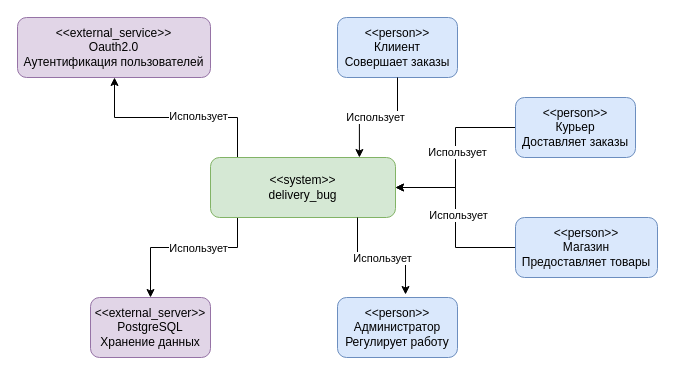
Earlier version of the draw.io diagram page "Контекстная диаграмма" (1 of 2) of blob/project_diagram.drawio (dissatisfied-nerd/delivery-bug). Source tidied: cells renumbered, new cells numbered last; positions are measured from the earlier drawing's top-left corner, leaving out a move shared by most shapes. Both pictures are drawn from the tidied source at 100%, with x=0, y=0 at pixel (17, 17).
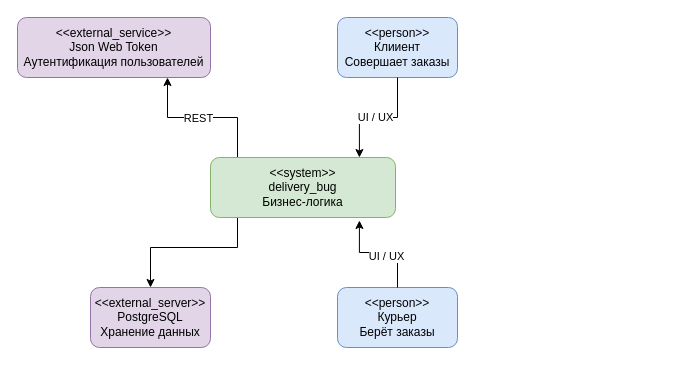
The same diagram, later.

The change refers to these unchanged cells:
```xml
<mxCell id="4" style="edgeStyle=orthogonalEdgeStyle;rounded=0;jettySize=auto;html=1;entryX=0.5;entryY=0;entryDx=0;entryDy=0;" parent="1" edge="1" source="6" target="11">
  <mxGeometry relative="1" as="geometry">
    <Array as="points">
      <mxPoint x="220" y="230" />
      <mxPoint x="133" y="230" />
    </Array>
  </mxGeometry>
</mxCell>
<mxCell id="8" style="edgeStyle=orthogonalEdgeStyle;rounded=0;jettySize=auto;html=1;entryX=0.805;entryY=0;entryDx=0;entryDy=0;entryPerimeter=0;" parent="1" edge="1" source="7" target="6">
  <mxGeometry relative="1" as="geometry" />
</mxCell>
```

Change to the diagram source:
```diff
@@
     <mxCell id="2" style="edgeStyle=orthogonalEdgeStyle;rounded=0;jettySize=auto;html=1;" parent="1" edge="1" source="6" target="10">
       <mxGeometry relative="1" as="geometry">
         <Array as="points">
           <mxPoint x="220" y="100" />
-          <mxPoint x="97" y="100" />
+          <mxPoint x="150" y="100" />
         </Array>
       </mxGeometry>
     </mxCell>
-    <mxCell id="3" value="Использует" style="edgeLabel;html=1;align=center;verticalAlign=middle;" parent="2" vertex="1">
-      <mxGeometry x="-0.15" y="-2" relative="1" as="geometry">
-        <mxPoint x="6" as="offset" />
-      </mxGeometry>
-    </mxCell>
+    <mxCell id="21" value="REST" style="edgeLabel;html=1;align=center;verticalAlign=middle;" parent="2" vertex="1">
+      <mxGeometry x="0.11" y="3" relative="1" as="geometry">
+        <mxPoint x="3" y="-3" as="offset" />
+      </mxGeometry>
+    </mxCell>
@@
-    <mxCell id="5" value="Использует" style="edgeLabel;html=1;align=center;verticalAlign=middle;" parent="4" vertex="1">
-      <mxGeometry x="0.03" relative="1" as="geometry">
-        <mxPoint x="16" as="offset" />
-      </mxGeometry>
-    </mxCell>
-    <mxCell id="6" value="&amp;lt;&amp;lt;system&amp;gt;&amp;gt;&lt;br&gt;delivery_bug" style="rounded=1;whiteSpace=wrap;html=1;fillColor=#d5e8d4;strokeColor=#82b366;" parent="1" vertex="1">
+    <mxCell id="6" value="&amp;lt;&amp;lt;system&amp;gt;&amp;gt;&lt;br&gt;delivery_bug&lt;br&gt;Бизнес-логика" style="rounded=1;whiteSpace=wrap;html=1;fillColor=#d5e8d4;strokeColor=#82b366;" parent="1" vertex="1">
       <mxGeometry x="193" y="140" width="185" height="60" as="geometry" />
     </mxCell>
@@
-    <mxCell id="9" value="Использует" style="edgeLabel;html=1;align=center;verticalAlign=middle;" parent="8" vertex="1">
+    <mxCell id="9" value="UI / UX" style="edgeLabel;html=1;align=center;verticalAlign=middle;" parent="8" vertex="1">
       <mxGeometry x="-0.14" y="-1" relative="1" as="geometry">
         <mxPoint x="-12" as="offset" />
       </mxGeometry>
     </mxCell>
-    <mxCell id="10" value="&amp;lt;&amp;lt;external_service&amp;gt;&amp;gt;&lt;br&gt;&lt;div&gt;Oauth2.0&lt;/div&gt;&lt;div&gt;Аутентификация пользователей&lt;br&gt;&lt;/div&gt;" style="rounded=1;whiteSpace=wrap;html=1;fillColor=#e1d5e7;strokeColor=#9673a6;" parent="1" vertex="1">
+    <mxCell id="10" value="&amp;lt;&amp;lt;external_service&amp;gt;&amp;gt;&lt;br&gt;&lt;div&gt;Json Web Token&lt;br&gt;&lt;/div&gt;&lt;div&gt;Аутентификация пользователей&lt;br&gt;&lt;/div&gt;" style="rounded=1;whiteSpace=wrap;html=1;fillColor=#e1d5e7;strokeColor=#9673a6;" parent="1" vertex="1">
       <mxGeometry width="193" height="60" as="geometry" />
     </mxCell>
     <mxCell id="11" value="&amp;lt;&amp;lt;external_server&amp;gt;&amp;gt;&lt;br&gt;PostgreSQL&lt;br&gt;Хранение данных" style="rounded=1;whiteSpace=wrap;html=1;fillColor=#e1d5e7;strokeColor=#9673a6;" parent="1" vertex="1">
-      <mxGeometry x="73" y="280" width="120" height="60" as="geometry" />
+      <mxGeometry x="73" y="270" width="120" height="60" as="geometry" />
     </mxCell>
+    <mxCell id="14" value="&amp;lt;&amp;lt;person&amp;gt;&amp;gt;&lt;br&gt;Курьер&lt;br&gt;Берёт заказы" style="rounded=1;whiteSpace=wrap;html=1;fillColor=#dae8fc;strokeColor=#6c8ebf;" parent="1" vertex="1">
+      <mxGeometry x="320" y="270" width="120" height="60" as="geometry" />
+    </mxCell>
-    <mxCell id="12" style="edgeStyle=orthogonalEdgeStyle;rounded=0;jettySize=auto;html=1;entryX=1;entryY=0.5;entryDx=0;entryDy=0;" parent="1" edge="1" source="14" target="6">
+    <mxCell id="12" style="edgeStyle=orthogonalEdgeStyle;rounded=0;jettySize=auto;html=1;entryX=0.805;entryY=1.05;entryDx=0;entryDy=0;entryPerimeter=0;" parent="1" edge="1" source="14" target="6">
       <mxGeometry relative="1" as="geometry" />
     </mxCell>
-    <mxCell id="13" value="Использует" style="edgeLabel;html=1;align=center;verticalAlign=middle;" parent="12" vertex="1">
-      <mxGeometry x="-0.07" y="1" relative="1" as="geometry" />
-    </mxCell>
-    <mxCell id="14" value="&amp;lt;&amp;lt;person&amp;gt;&amp;gt;&lt;br&gt;Курьер&lt;br&gt;Доставляет заказы" style="rounded=1;whiteSpace=wrap;html=1;fillColor=#dae8fc;strokeColor=#6c8ebf;" parent="1" vertex="1">
-      <mxGeometry x="498" y="80" width="120" height="60" as="geometry" />
-    </mxCell>
-    <mxCell id="15" style="edgeStyle=orthogonalEdgeStyle;rounded=0;jettySize=auto;html=1;" parent="1" edge="1" source="17" target="6">
-      <mxGeometry relative="1" as="geometry" />
-    </mxCell>
-    <mxCell id="16" value="Использует" style="edgeLabel;html=1;align=center;verticalAlign=middle;" parent="15" vertex="1">
-      <mxGeometry x="0.03" y="8" relative="1" as="geometry">
-        <mxPoint x="10" as="offset" />
-      </mxGeometry>
-    </mxCell>
-    <mxCell id="17" value="&amp;lt;&amp;lt;person&amp;gt;&amp;gt;&lt;br&gt;Магазин&lt;br&gt;Предоставляет товары" style="rounded=1;whiteSpace=wrap;html=1;fillColor=#dae8fc;strokeColor=#6c8ebf;" parent="1" vertex="1">
-      <mxGeometry x="498" y="200" width="142" height="60" as="geometry" />
-    </mxCell>
-    <mxCell id="18" value="&amp;lt;&amp;lt;person&amp;gt;&amp;gt;&lt;br&gt;Администратор&lt;br&gt;Регулирует работу" style="rounded=1;whiteSpace=wrap;html=1;fillColor=#dae8fc;strokeColor=#6c8ebf;" parent="1" vertex="1">
-      <mxGeometry x="320" y="280" width="120" height="60" as="geometry" />
-    </mxCell>
-    <mxCell id="19" style="edgeStyle=orthogonalEdgeStyle;rounded=0;jettySize=auto;html=1;entryX=0.567;entryY=-0.05;entryDx=0;entryDy=0;entryPerimeter=0;" parent="1" edge="1" source="6" target="18">
-      <mxGeometry relative="1" as="geometry">
-        <Array as="points">
-          <mxPoint x="340" y="240" />
-          <mxPoint x="388" y="240" />
-        </Array>
-      </mxGeometry>
-    </mxCell>
-    <mxCell id="20" value="Использует" style="edgeLabel;html=1;align=center;verticalAlign=middle;" parent="19" vertex="1">
-      <mxGeometry x="0.02" relative="1" as="geometry" />
-    </mxCell>
+    <mxCell id="22" value="UI / UX" style="edgeLabel;html=1;align=center;verticalAlign=middle;" parent="12" vertex="1">
+      <mxGeometry x="-0.11" y="3" relative="1" as="geometry" />
+    </mxCell>
```
